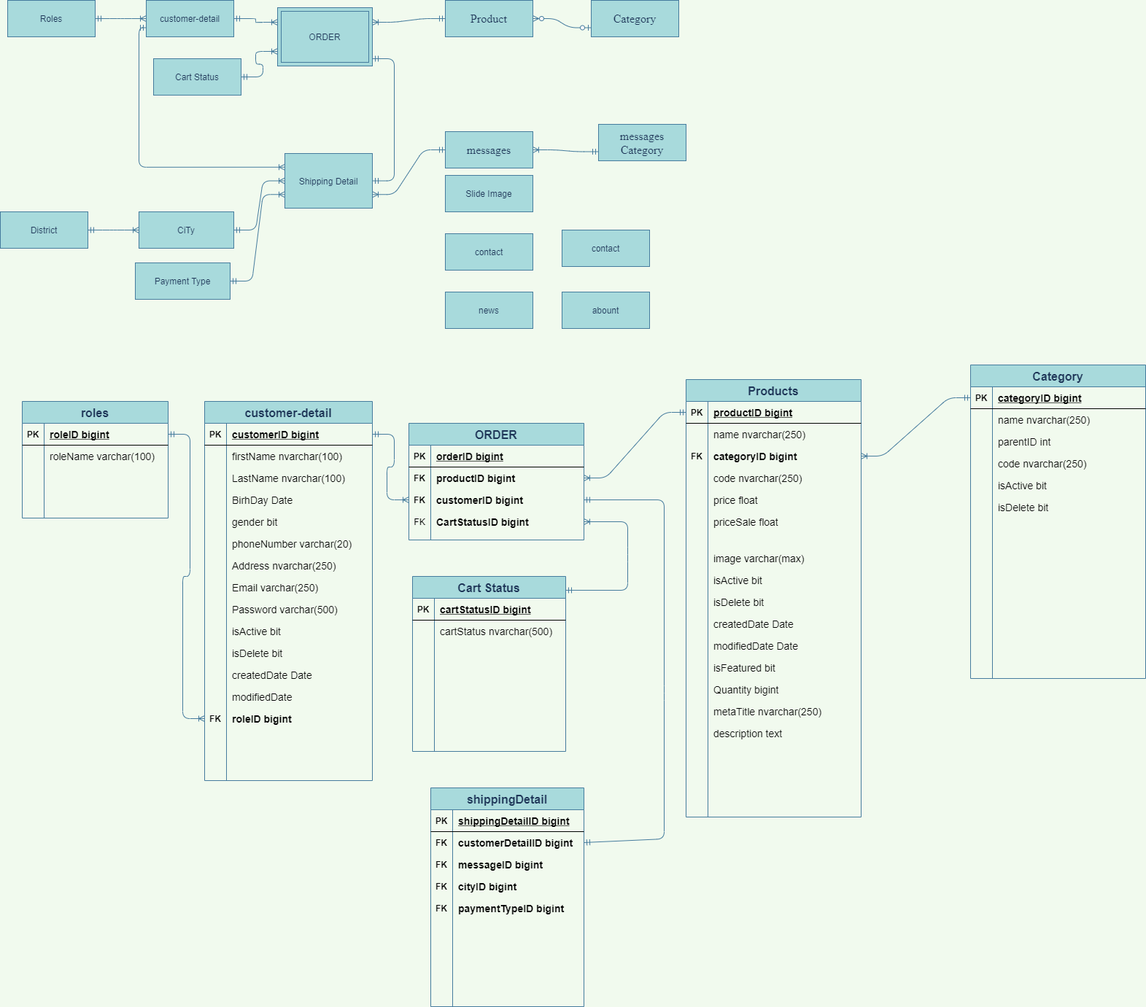
The draw.io diagram Untitled Diagram.png in maialino123/Eproject-SEM3, before a commit. Source tidied: cells renumbered, new cells last; positions are measured from the earlier drawing's top-left corner, leaving out a move shared by most shapes.
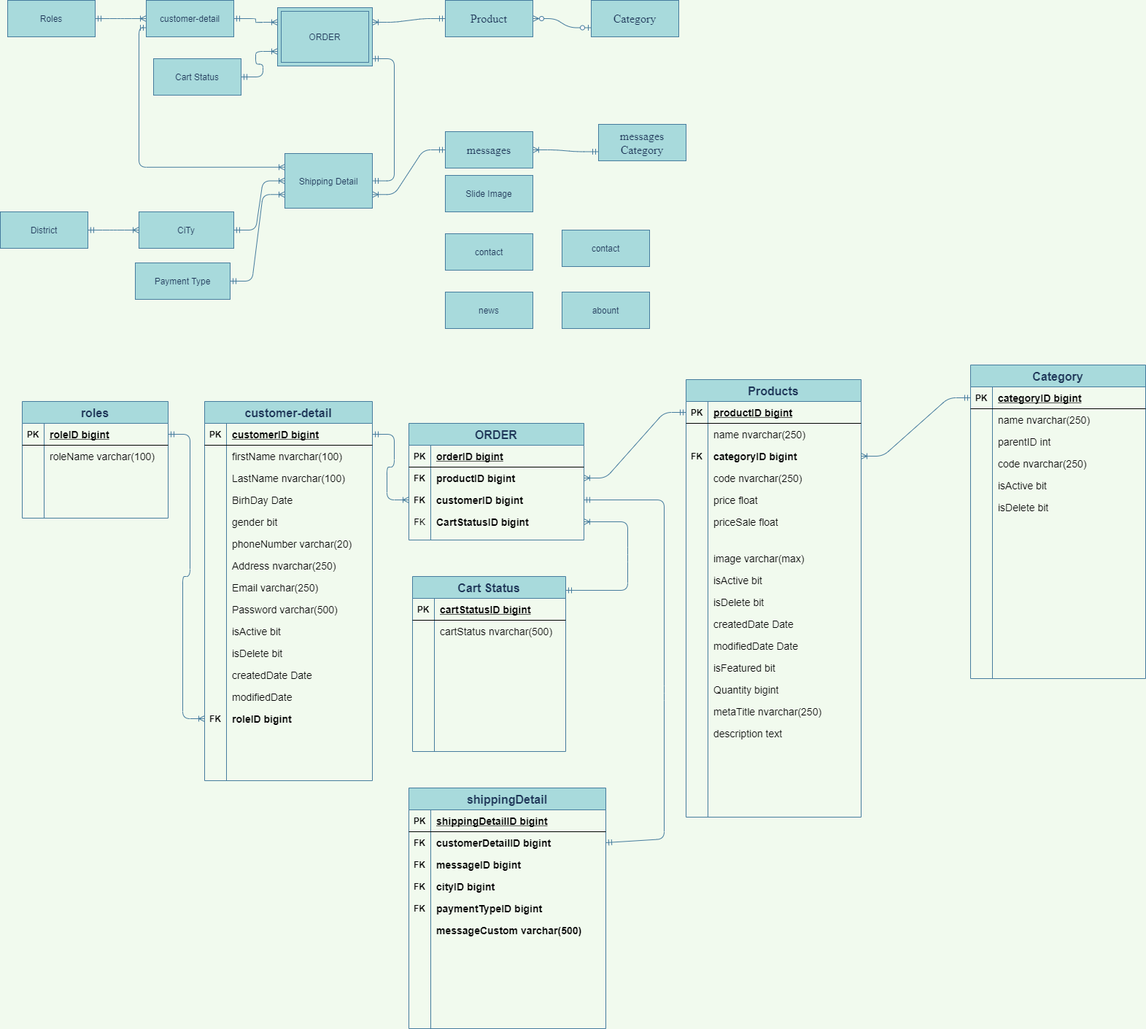
Later version of the same file.

The edit, as a diff of the source:
```diff
@@ -596,88 +596,97 @@
       </mxGeometry>
     </mxCell>
     <mxCell id="197" value="shippingDetail" style="shape=table;startSize=30;rowLines=0;fontStyle=1;align=center;rounded=0;sketch=0;fontColor=#1D3557;strokeColor=#457B9D;fillColor=#A8DADC;fontSize=16;" parent="1" vertex="1">
-      <mxGeometry x="590" y="1080" width="210" height="300" as="geometry" />
+      <mxGeometry x="560" y="1080" width="270" height="330" as="geometry" />
     </mxCell>
     <mxCell id="198" style="shape=partialRectangle;fillColor=none;top=0;left=0;bottom=1;right=0;" parent="197" vertex="1">
-      <mxGeometry y="30" width="210" height="30" as="geometry" />
+      <mxGeometry y="30" width="270" height="30" as="geometry" />
     </mxCell>
     <mxCell id="199" value="PK" style="shape=partialRectangle;fillColor=none;top=0;left=0;bottom=0;right=0;fontStyle=1;overflow=hidden;" parent="198" vertex="1">
       <mxGeometry width="30" height="30" as="geometry" />
     </mxCell>
     <mxCell id="200" value="shippingDetailID bigint" style="shape=partialRectangle;fillColor=none;top=0;left=0;bottom=0;right=0;align=left;spacingLeft=6;fontStyle=5;overflow=hidden;fontSize=14;" parent="198" vertex="1">
-      <mxGeometry x="30" width="180" height="30" as="geometry" />
+      <mxGeometry x="30" width="240" height="30" as="geometry" />
     </mxCell>
     <mxCell id="201" style="shape=partialRectangle;fillColor=none;top=0;left=0;bottom=0;right=0;points=[[0,0.5],[1,0.5]];portConstraint=eastwest;" parent="197" vertex="1">
-      <mxGeometry y="60" width="210" height="30" as="geometry" />
+      <mxGeometry y="60" width="270" height="30" as="geometry" />
     </mxCell>
     <mxCell id="202" value="FK" style="shape=partialRectangle;fillColor=none;top=0;left=0;bottom=0;right=0;overflow=hidden;fontStyle=1;" parent="201" vertex="1">
       <mxGeometry width="30" height="30" as="geometry" />
     </mxCell>
     <mxCell id="203" value="customerDetailID bigint" style="shape=partialRectangle;fillColor=none;top=0;left=0;bottom=0;right=0;align=left;spacingLeft=6;overflow=hidden;fontSize=14;fontStyle=1;" parent="201" vertex="1">
-      <mxGeometry x="30" width="180" height="30" as="geometry" />
+      <mxGeometry x="30" width="240" height="30" as="geometry" />
     </mxCell>
     <mxCell id="204" style="shape=partialRectangle;fillColor=none;top=0;left=0;bottom=0;right=0;" parent="197" vertex="1">
-      <mxGeometry y="90" width="210" height="30" as="geometry" />
+      <mxGeometry y="90" width="270" height="30" as="geometry" />
     </mxCell>
     <mxCell id="205" value="FK" style="shape=partialRectangle;fillColor=none;top=0;left=0;bottom=0;right=0;overflow=hidden;fontStyle=1;" parent="204" vertex="1">
       <mxGeometry width="30" height="30" as="geometry" />
     </mxCell>
     <mxCell id="206" value="messageID bigint" style="shape=partialRectangle;fillColor=none;top=0;left=0;bottom=0;right=0;align=left;spacingLeft=6;overflow=hidden;fontStyle=1;fontSize=14;" parent="204" vertex="1">
-      <mxGeometry x="30" width="180" height="30" as="geometry" />
+      <mxGeometry x="30" width="240" height="30" as="geometry" />
     </mxCell>
     <mxCell id="207" style="shape=partialRectangle;fillColor=none;top=0;left=0;bottom=0;right=0;" parent="197" vertex="1">
-      <mxGeometry y="120" width="210" height="30" as="geometry" />
+      <mxGeometry y="120" width="270" height="30" as="geometry" />
     </mxCell>
     <mxCell id="208" value="FK" style="shape=partialRectangle;fillColor=none;top=0;left=0;bottom=0;right=0;overflow=hidden;fontStyle=1;" parent="207" vertex="1">
       <mxGeometry width="30" height="30" as="geometry" />
     </mxCell>
     <mxCell id="209" value="cityID bigint" style="shape=partialRectangle;fillColor=none;top=0;left=0;bottom=0;right=0;align=left;spacingLeft=6;overflow=hidden;fontSize=14;fontStyle=1;" parent="207" vertex="1">
-      <mxGeometry x="30" width="180" height="30" as="geometry" />
+      <mxGeometry x="30" width="240" height="30" as="geometry" />
     </mxCell>
     <mxCell id="210" style="shape=partialRectangle;fillColor=none;top=0;left=0;bottom=0;right=0;" parent="197" vertex="1">
-      <mxGeometry y="150" width="210" height="30" as="geometry" />
+      <mxGeometry y="150" width="270" height="30" as="geometry" />
     </mxCell>
     <mxCell id="211" value="FK" style="shape=partialRectangle;fillColor=none;top=0;left=0;bottom=0;right=0;overflow=hidden;fontStyle=1;" parent="210" vertex="1">
       <mxGeometry width="30" height="30" as="geometry" />
     </mxCell>
     <mxCell id="212" value="paymentTypeID bigint" style="shape=partialRectangle;fillColor=none;top=0;left=0;bottom=0;right=0;align=left;spacingLeft=6;overflow=hidden;fontSize=14;fontStyle=1;" parent="210" vertex="1">
-      <mxGeometry x="30" width="180" height="30" as="geometry" />
+      <mxGeometry x="30" width="240" height="30" as="geometry" />
     </mxCell>
+    <mxCell id="226" style="shape=partialRectangle;fillColor=none;top=0;left=0;bottom=0;right=0;" parent="197" vertex="1">
+      <mxGeometry y="180" width="270" height="30" as="geometry" />
+    </mxCell>
+    <mxCell id="227" style="shape=partialRectangle;fillColor=none;top=0;left=0;bottom=0;right=0;overflow=hidden;fontStyle=1;" parent="226" vertex="1">
+      <mxGeometry width="30" height="30" as="geometry" />
+    </mxCell>
+    <mxCell id="228" value="messageCustom varchar(500)" style="shape=partialRectangle;fillColor=none;top=0;left=0;bottom=0;right=0;align=left;spacingLeft=6;overflow=hidden;fontSize=14;fontStyle=1;" parent="226" vertex="1">
+      <mxGeometry x="30" width="240" height="30" as="geometry" />
+    </mxCell>
     <mxCell id="213" style="shape=partialRectangle;fillColor=none;top=0;left=0;bottom=0;right=0;" parent="197" vertex="1">
-      <mxGeometry y="180" width="210" height="30" as="geometry" />
+      <mxGeometry y="210" width="270" height="30" as="geometry" />
     </mxCell>
     <mxCell id="214" style="shape=partialRectangle;fillColor=none;top=0;left=0;bottom=0;right=0;overflow=hidden;" parent="213" vertex="1">
       <mxGeometry width="30" height="30" as="geometry" />
     </mxCell>
     <mxCell id="215" style="shape=partialRectangle;fillColor=none;top=0;left=0;bottom=0;right=0;align=left;spacingLeft=6;overflow=hidden;" parent="213" vertex="1">
-      <mxGeometry x="30" width="180" height="30" as="geometry" />
+      <mxGeometry x="30" width="240" height="30" as="geometry" />
     </mxCell>
     <mxCell id="216" style="shape=partialRectangle;fillColor=none;top=0;left=0;bottom=0;right=0;" parent="197" vertex="1">
-      <mxGeometry y="210" width="210" height="30" as="geometry" />
+      <mxGeometry y="240" width="270" height="30" as="geometry" />
     </mxCell>
     <mxCell id="217" style="shape=partialRectangle;fillColor=none;top=0;left=0;bottom=0;right=0;overflow=hidden;" parent="216" vertex="1">
       <mxGeometry width="30" height="30" as="geometry" />
     </mxCell>
     <mxCell id="218" style="shape=partialRectangle;fillColor=none;top=0;left=0;bottom=0;right=0;align=left;spacingLeft=6;overflow=hidden;" parent="216" vertex="1">
-      <mxGeometry x="30" width="180" height="30" as="geometry" />
+      <mxGeometry x="30" width="240" height="30" as="geometry" />
     </mxCell>
     <mxCell id="219" style="shape=partialRectangle;fillColor=none;top=0;left=0;bottom=0;right=0;" parent="197" vertex="1">
-      <mxGeometry y="240" width="210" height="30" as="geometry" />
+      <mxGeometry y="270" width="270" height="30" as="geometry" />
     </mxCell>
     <mxCell id="220" style="shape=partialRectangle;fillColor=none;top=0;left=0;bottom=0;right=0;overflow=hidden;" parent="219" vertex="1">
       <mxGeometry width="30" height="30" as="geometry" />
     </mxCell>
     <mxCell id="221" style="shape=partialRectangle;fillColor=none;top=0;left=0;bottom=0;right=0;align=left;spacingLeft=6;overflow=hidden;" parent="219" vertex="1">
-      <mxGeometry x="30" width="180" height="30" as="geometry" />
+      <mxGeometry x="30" width="240" height="30" as="geometry" />
     </mxCell>
     <mxCell id="222" style="shape=partialRectangle;fillColor=none;top=0;left=0;bottom=0;right=0;" parent="197" vertex="1">
-      <mxGeometry y="270" width="210" height="30" as="geometry" />
+      <mxGeometry y="300" width="270" height="30" as="geometry" />
     </mxCell>
     <mxCell id="223" style="shape=partialRectangle;fillColor=none;top=0;left=0;bottom=0;right=0;overflow=hidden;" parent="222" vertex="1">
       <mxGeometry width="30" height="30" as="geometry" />
     </mxCell>
     <mxCell id="224" style="shape=partialRectangle;fillColor=none;top=0;left=0;bottom=0;right=0;align=left;spacingLeft=6;overflow=hidden;" parent="222" vertex="1">
-      <mxGeometry x="30" width="180" height="30" as="geometry" />
+      <mxGeometry x="30" width="240" height="30" as="geometry" />
     </mxCell>
     <mxCell id="225" style="fontSize=12;html=1;endArrow=ERmandOne;startArrow=ERmandOne;fontColor=#1D3557;strokeColor=#457B9D;fillColor=#A8DADC;entryX=1;entryY=0.5;entryDx=0;entryDy=0;exitX=1;exitY=0.5;exitDx=0;exitDy=0;" parent="1" edge="1" source="201" target="116">
       <mxGeometry relative="1" as="geometry">
```
